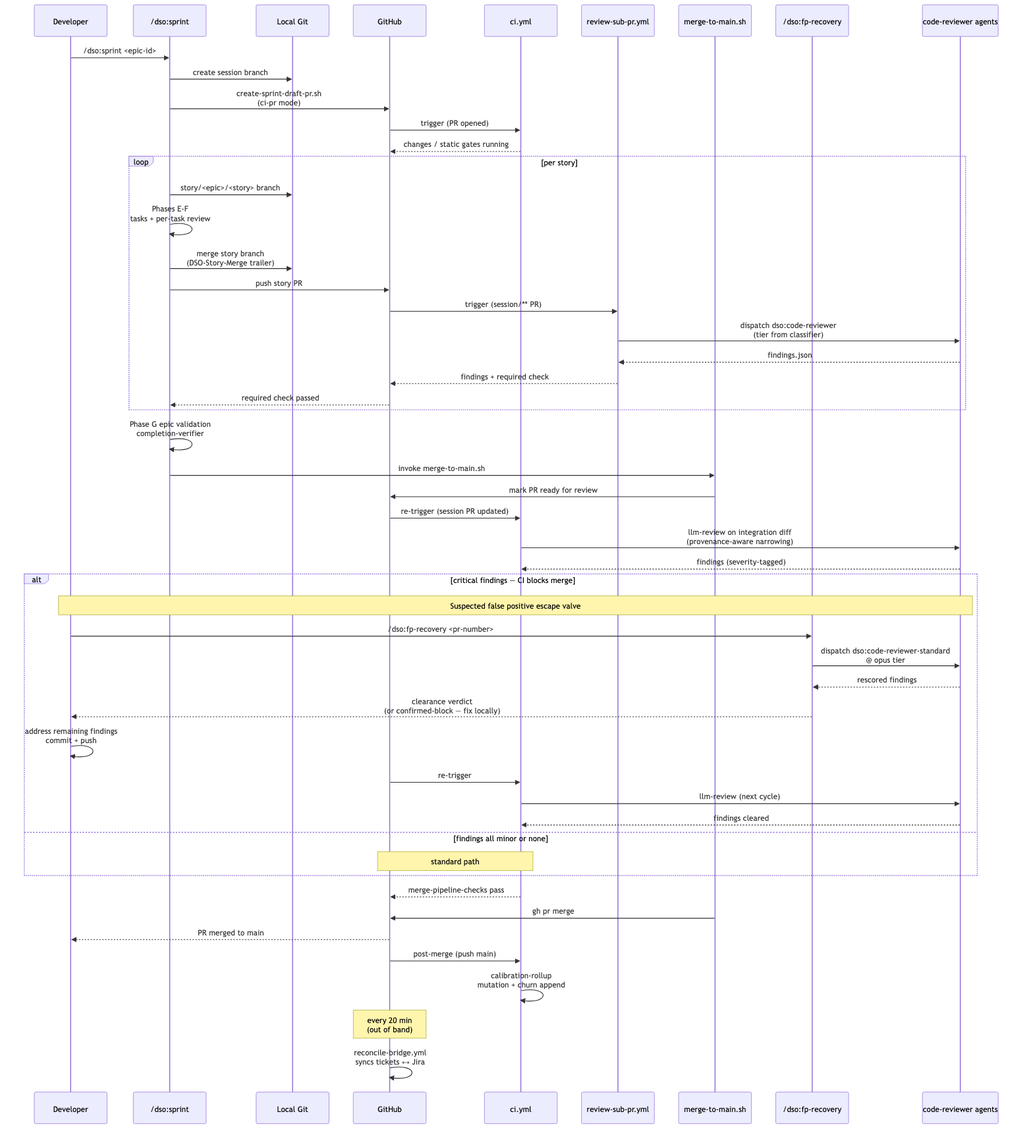
The Mermaid diagram docs/architecture/diagrams/14-dso-ci-integration-sequence.png in navapbc/digital-service-orchestra, before a commit. Its source is kept beside it as docs/architecture/diagrams/14-dso-ci-integration-sequence.mmd.
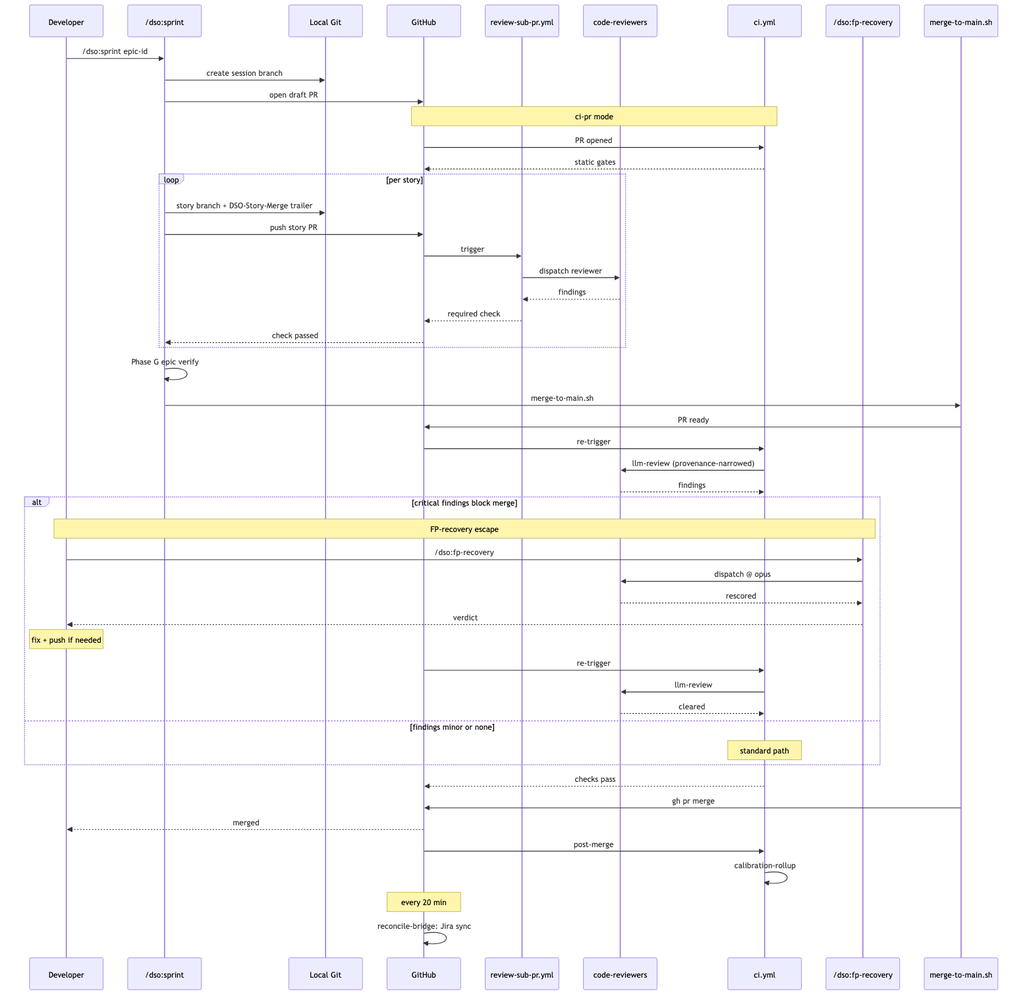
Later version of the same file.

The edit, as a diff of the source:
```diff
@@ -3,57 +3,56 @@
   participant Sprint as /dso:sprint
   participant Git as Local Git
   participant GH as GitHub
+  participant SubPR as review-sub-pr.yml
+  participant Agents as code-reviewers
   participant CI as ci.yml
-  participant SubPR as review-sub-pr.yml
+  participant FP as /dso:fp-recovery
   participant Merge as merge-to-main.sh
-  participant FP as /dso:fp-recovery
-  participant Agents as code-reviewer agents
 
-  Dev->>Sprint: /dso:sprint <epic-id>
+  Dev->>Sprint: /dso:sprint epic-id
   Sprint->>Git: create session branch
-  Sprint->>GH: create-sprint-draft-pr.sh<br/>(ci-pr mode)
-  GH->>CI: trigger (PR opened)
-  CI-->>GH: changes / static gates running
+  Sprint->>GH: open draft PR
+  Note over GH,CI: ci-pr mode
+  GH->>CI: PR opened
+  CI-->>GH: static gates
 
   loop per story
-    Sprint->>Git: story/<epic>/<story> branch
-    Sprint->>Sprint: Phases E-F<br/>tasks + per-task review
-    Sprint->>Git: merge story branch<br/>(DSO-Story-Merge trailer)
+    Sprint->>Git: story branch + DSO-Story-Merge trailer
     Sprint->>GH: push story PR
-    GH->>SubPR: trigger (session/** PR)
-    SubPR->>Agents: dispatch dso:code-reviewer<br/>(tier from classifier)
-    Agents-->>SubPR: findings.json
-    SubPR-->>GH: findings + required check
-    GH-->>Sprint: required check passed
+    GH->>SubPR: trigger
+    SubPR->>Agents: dispatch reviewer
+    Agents-->>SubPR: findings
+    SubPR-->>GH: required check
+    GH-->>Sprint: check passed
   end
 
-  Sprint->>Sprint: Phase G epic validation<br/>completion-verifier
-  Sprint->>Merge: invoke merge-to-main.sh
-  Merge->>GH: mark PR ready for review
-  GH->>CI: re-trigger (session PR updated)
-  CI->>Agents: llm-review on integration diff<br/>(provenance-aware narrowing)
-  Agents-->>CI: findings (severity-tagged)
+  Sprint->>Sprint: Phase G epic verify
+  Sprint->>Merge: merge-to-main.sh
+  Merge->>GH: PR ready
+  GH->>CI: re-trigger
+  CI->>Agents: llm-review (provenance-narrowed)
+  Agents-->>CI: findings
 
-  alt critical findings — CI blocks merge
-    Note over Dev,Agents: Suspected false positive escape valve
-    Dev->>FP: /dso:fp-recovery <pr-number>
-    FP->>Agents: dispatch dso:code-reviewer-standard<br/>@ opus tier
-    Agents-->>FP: rescored findings
-    FP-->>Dev: clearance verdict<br/>(or confirmed-block — fix locally)
-    Dev->>Dev: address remaining findings<br/>commit + push
+  alt critical findings block merge
+    Note over Dev,FP: FP-recovery escape
+    Dev->>FP: /dso:fp-recovery
+    FP->>Agents: dispatch @ opus
+    Agents-->>FP: rescored
+    FP-->>Dev: verdict
+    Note over Dev: fix + push if needed
     GH->>CI: re-trigger
-    CI->>Agents: llm-review (next cycle)
-    Agents-->>CI: findings cleared
-  else findings all minor or none
-    Note over CI,GH: standard path
+    CI->>Agents: llm-review
+    Agents-->>CI: cleared
+  else findings minor or none
+    Note over CI: standard path
   end
 
-  CI-->>GH: merge-pipeline-checks pass
+  CI-->>GH: checks pass
   Merge->>GH: gh pr merge
-  GH-->>Dev: PR merged to main
+  GH-->>Dev: merged
 
-  GH->>CI: post-merge (push main)
-  CI->>CI: calibration-rollup<br/>mutation + churn append
+  GH->>CI: post-merge
+  CI->>CI: calibration-rollup
 
-  Note over GH: every 20 min<br/>(out of band)
-  GH->>GH: reconcile-bridge.yml<br/>syncs tickets ↔ Jira
+  Note over GH: every 20 min
+  GH->>GH: reconcile-bridge: Jira sync
```
